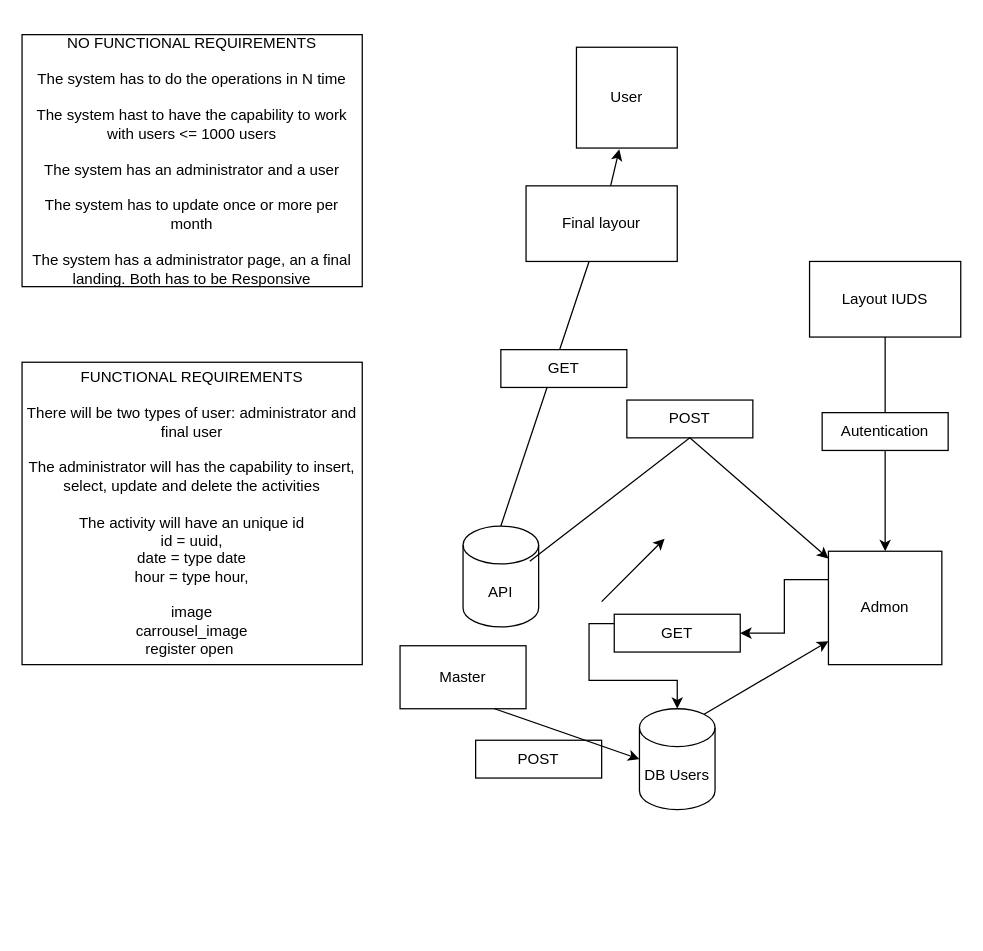
Above: build/img/Diagrama sin título.drawio in RavenAoiffe/AmeyalliYanez (draw.io), before the change. Source tidied: cells renumbered, new cells numbered last; positions are measured from the earlier drawing's top-left corner, leaving out a move shared by most shapes. Both pictures are drawn from the tidied source at 126%, with x=0, y=0 at pixel (21, 34).
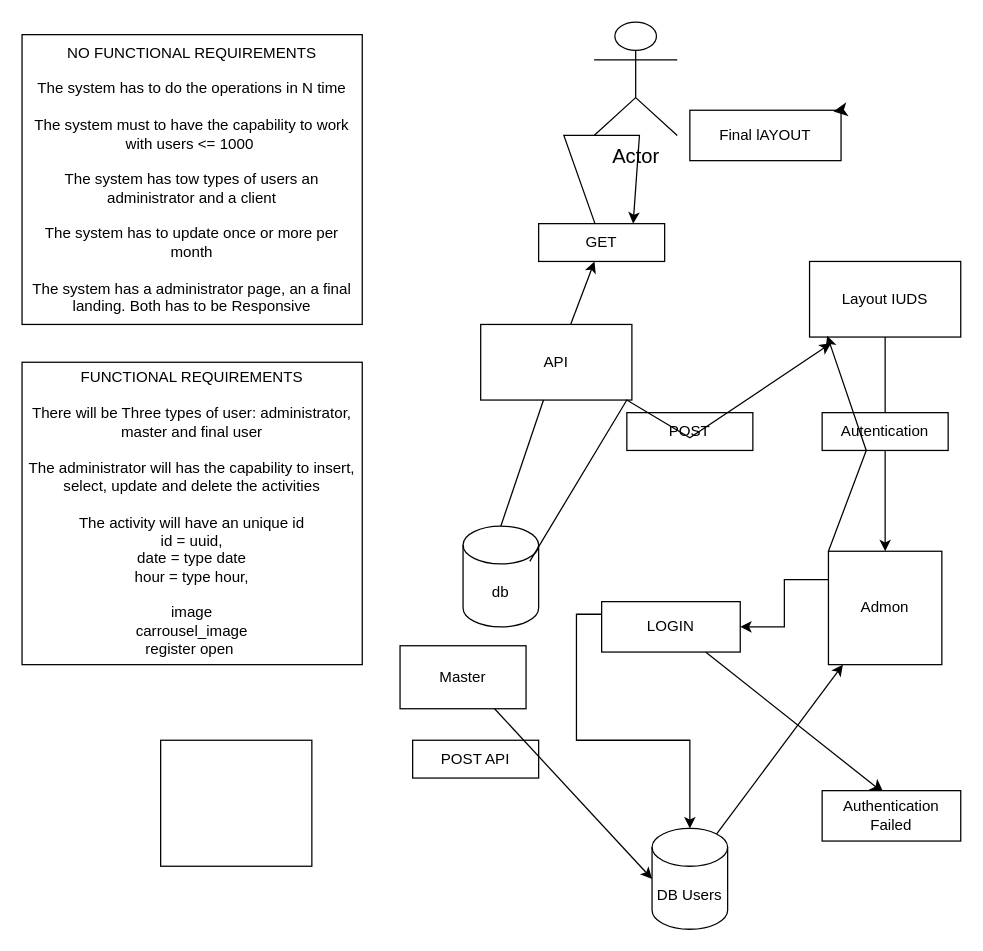
After the change.

The change refers to these unchanged cells:
```xml
<mxCell id="10" value="Admon" style="whiteSpace=wrap;html=1;" parent="1" vertex="1">
  <mxGeometry x="640" y="410" width="90" height="90" as="geometry" />
</mxCell>
<mxCell id="12" value="Layout IUDS" style="rounded=0;whiteSpace=wrap;html=1;" parent="1" vertex="1">
  <mxGeometry x="625" y="180" width="120" height="60" as="geometry" />
</mxCell>
```

Change to the diagram source:
```diff
@@
-    <mxCell id="2" value="NO FUNCTIONAL REQUIREMENTS&lt;br&gt;&lt;br&gt;The system has to do the operations in N time&lt;br&gt;&lt;br&gt;The system hast to have the capability to work with users &amp;lt;= 1000 users&lt;br&gt;&lt;br&gt;The system has an administrator and a user&lt;br&gt;&lt;br&gt;The system has to update once or more per month&lt;br&gt;&lt;br&gt;The system has a administrator page, an a final landing. Both has to be Responsive" style="rounded=0;whiteSpace=wrap;html=1;" parent="1" vertex="1">
-      <mxGeometry width="270" height="200" as="geometry" />
+    <mxCell id="2" value="NO FUNCTIONAL REQUIREMENTS&lt;br&gt;&lt;br&gt;The system has to do the operations in N time&lt;br&gt;&lt;br&gt;The system must to have the capability to work with users &amp;lt;= 1000&amp;nbsp;&lt;br&gt;&lt;br&gt;The system has tow types of users an administrator and a client&lt;br&gt;&lt;br&gt;The system has to update once or more per month&lt;br&gt;&lt;br&gt;The system has a administrator page, an a final landing. Both has to be Responsive" style="rounded=0;whiteSpace=wrap;html=1;" parent="1" vertex="1">
+      <mxGeometry width="270" height="230" as="geometry" />
     </mxCell>
-    <mxCell id="3" value="FUNCTIONAL REQUIREMENTS&lt;br&gt;&lt;br&gt;There will be two types of user: administrator and final user&lt;br&gt;&lt;br&gt;The administrator will has the capability to insert, select, update and delete the activities&lt;br&gt;&lt;br&gt;The activity will have an unique id&lt;br&gt;id = uuid,&lt;br&gt;date = type date&lt;br&gt;hour = type hour,&lt;br&gt;&lt;br&gt;image&lt;br&gt;carrousel_image&lt;br&gt;register open&amp;nbsp;&lt;br&gt;" style="rounded=0;whiteSpace=wrap;html=1;" parent="1" vertex="1">
+    <mxCell id="3" value="FUNCTIONAL REQUIREMENTS&lt;br&gt;&lt;br&gt;There will be Three types of user: administrator, master and final user&lt;br&gt;&lt;br&gt;The administrator will has the capability to insert, select, update and delete the activities&lt;br&gt;&lt;br&gt;The activity will have an unique id&lt;br&gt;id = uuid,&lt;br&gt;date = type date&lt;br&gt;hour = type hour,&lt;br&gt;&lt;br&gt;image&lt;br&gt;carrousel_image&lt;br&gt;register open&amp;nbsp;" style="rounded=0;whiteSpace=wrap;html=1;" parent="1" vertex="1">
       <mxGeometry y="260" width="270" height="240" as="geometry" />
     </mxCell>
-    <mxCell id="4" value="User" style="whiteSpace=wrap;html=1;" parent="1" vertex="1">
-      <mxGeometry x="440" y="10" width="80" height="80" as="geometry" />
-    </mxCell>
-    <mxCell id="5" value="Final layour" style="rounded=0;whiteSpace=wrap;html=1;" parent="1" vertex="1">
-      <mxGeometry x="400" y="120" width="120" height="60" as="geometry" />
+    <mxCell id="5" value="API" style="rounded=0;whiteSpace=wrap;html=1;" parent="1" vertex="1">
+      <mxGeometry x="364" y="230" width="120" height="60" as="geometry" />
     </mxCell>
-    <mxCell id="6" value="API&lt;br&gt;" style="shape=cylinder3;whiteSpace=wrap;html=1;boundedLbl=1;backgroundOutline=1;size=15;" parent="1" vertex="1">
+    <mxCell id="6" value="db" style="shape=cylinder3;whiteSpace=wrap;html=1;boundedLbl=1;backgroundOutline=1;size=15;" parent="1" vertex="1">
       <mxGeometry x="350" y="390" width="60" height="80" as="geometry" />
     </mxCell>
@@
-    <mxCell id="8" value="GET" style="rounded=0;whiteSpace=wrap;html=1;" parent="1" vertex="1">
-      <mxGeometry x="380" y="250" width="100" height="30" as="geometry" />
-    </mxCell>
@@
     <mxCell id="11" value="POST" style="rounded=0;whiteSpace=wrap;html=1;" parent="1" vertex="1">
-      <mxGeometry x="480" y="290" width="100" height="30" as="geometry" />
+      <mxGeometry x="480" y="300" width="100" height="30" as="geometry" />
     </mxCell>
@@
     <mxCell id="15" value="DB Users" style="shape=cylinder3;whiteSpace=wrap;html=1;boundedLbl=1;backgroundOutline=1;size=15;" parent="1" vertex="1">
-      <mxGeometry x="490" y="535" width="60" height="80" as="geometry" />
+      <mxGeometry x="500" y="630" width="60" height="80" as="geometry" />
     </mxCell>
-    <mxCell id="16" style="endArrow=classic;html=1;rounded=0;exitX=0.883;exitY=0.35;exitDx=0;exitDy=0;exitPerimeter=0;" parent="1" edge="1" source="6" target="10">
+    <mxCell id="16" style="endArrow=classic;html=1;rounded=0;exitX=0.883;exitY=0.35;exitDx=0;exitDy=0;exitPerimeter=0;entryX=0.142;entryY=1.083;entryDx=0;entryDy=0;entryPerimeter=0;" parent="1" edge="1" source="6" target="12">
       <mxGeometry relative="1" as="geometry">
         <Array as="points">
+          <mxPoint x="480" y="290" />
           <mxPoint x="530" y="320" />
         </Array>
       </mxGeometry>
     </mxCell>
@@
-    <mxCell id="19" value="POST" style="rounded=0;whiteSpace=wrap;html=1;" parent="1" vertex="1">
-      <mxGeometry x="360" y="560" width="100" height="30" as="geometry" />
+    <mxCell id="19" value="POST API" style="rounded=0;whiteSpace=wrap;html=1;" parent="1" vertex="1">
+      <mxGeometry x="310" y="560" width="100" height="30" as="geometry" />
     </mxCell>
@@
-    <mxCell id="21" style="endArrow=classic;html=1;rounded=0;" parent="1" edge="1">
+    <mxCell id="21" style="endArrow=classic;html=1;rounded=0;entryX=0.117;entryY=0.983;entryDx=0;entryDy=0;entryPerimeter=0;exitX=0;exitY=0;exitDx=0;exitDy=0;" parent="1" edge="1" source="10" target="12">
       <mxGeometry relative="1" as="geometry">
-        <mxPoint x="460" y="450" as="sourcePoint" />
-        <mxPoint x="510" y="400" as="targetPoint" />
+        <Array as="points">
+          <mxPoint x="670" y="330" />
+        </Array>
       </mxGeometry>
     </mxCell>
@@
+    <mxCell id="25" style="edgeStyle=none;curved=1;rounded=0;jettySize=auto;html=1;exitX=0.75;exitY=1;exitDx=0;exitDy=0;entryX=0.445;entryY=0.05;entryDx=0;entryDy=0;entryPerimeter=0;fontSize=12;startSize=8;endSize=8;" parent="1" edge="1" source="23" target="29">
+      <mxGeometry relative="1" as="geometry" />
+    </mxCell>
-    <mxCell id="23" value="GET" style="rounded=0;whiteSpace=wrap;html=1;" parent="1" vertex="1">
-      <mxGeometry x="470" y="460" width="100" height="30" as="geometry" />
+    <mxCell id="23" value="LOGIN" style="rounded=0;whiteSpace=wrap;html=1;" parent="1" vertex="1">
+      <mxGeometry x="460" y="450" width="110" height="40" as="geometry" />
     </mxCell>
-    <mxCell id="24" style="endArrow=classic;html=1;rounded=0;entryX=0.425;entryY=1.013;entryDx=0;entryDy=0;entryPerimeter=0;" parent="1" edge="1" source="5" target="4">
-      <mxGeometry relative="1" as="geometry" />
+    <mxCell id="24" style="endArrow=classic;html=1;rounded=0;entryX=0.75;entryY=0;entryDx=0;entryDy=0;" parent="1" edge="1" source="8" target="8">
+      <mxGeometry relative="1" as="geometry">
+        <Array as="points">
+          <mxPoint x="490" y="80" />
+        </Array>
+      </mxGeometry>
     </mxCell>
+    <mxCell id="26" style="edgeStyle=none;curved=1;rounded=0;orthogonalLoop=1;jettySize=auto;html=1;exitX=0.25;exitY=0;exitDx=0;exitDy=0;fontSize=12;startSize=8;endSize=8;" parent="1" edge="1" source="8" target="8">
+      <mxGeometry relative="1" as="geometry" />
+    </mxCell>
+    <mxCell id="27" style="endArrow=classic;html=1;rounded=0;" parent="1" edge="1" source="5" target="8">
+      <mxGeometry relative="1" as="geometry" />
+    </mxCell>
+    <mxCell id="8" value="GET" style="rounded=0;whiteSpace=wrap;html=1;" parent="1" vertex="1">
+      <mxGeometry x="410" y="150" width="100" height="30" as="geometry" />
+    </mxCell>
+    <mxCell id="28" value="Final lAYOUT" style="rounded=0;whiteSpace=wrap;html=1;" parent="1" vertex="1">
+      <mxGeometry x="530" y="60" width="120" height="40" as="geometry" />
+    </mxCell>
+    <mxCell id="29" value="Authentication &lt;br&gt;Failed" style="rounded=0;whiteSpace=wrap;html=1;" parent="1" vertex="1">
+      <mxGeometry x="635" y="600" width="110" height="40" as="geometry" />
+    </mxCell>
+    <mxCell id="30" value="Actor" style="shape=umlActor;verticalLabelPosition=bottom;verticalAlign=top;html=1;fontSize=16;" parent="1" vertex="1">
+      <mxGeometry x="454" y="-10" width="66" height="90" as="geometry" />
+    </mxCell>
+    <mxCell id="31" style="rounded=0;whiteSpace=wrap;html=1;fontSize=16;" parent="1" vertex="1">
+      <mxGeometry x="110" y="560" width="120" height="100" as="geometry" />
+    </mxCell>
+    <mxCell id="32" style="edgeStyle=none;curved=1;rounded=0;orthogonalLoop=1;jettySize=auto;html=1;exitX=1;exitY=0;exitDx=0;exitDy=0;entryX=0.95;entryY=0.025;entryDx=0;entryDy=0;entryPerimeter=0;fontSize=12;startSize=8;endSize=8;" parent="1" edge="1" source="28" target="28">
+      <mxGeometry relative="1" as="geometry" />
+    </mxCell>
```
